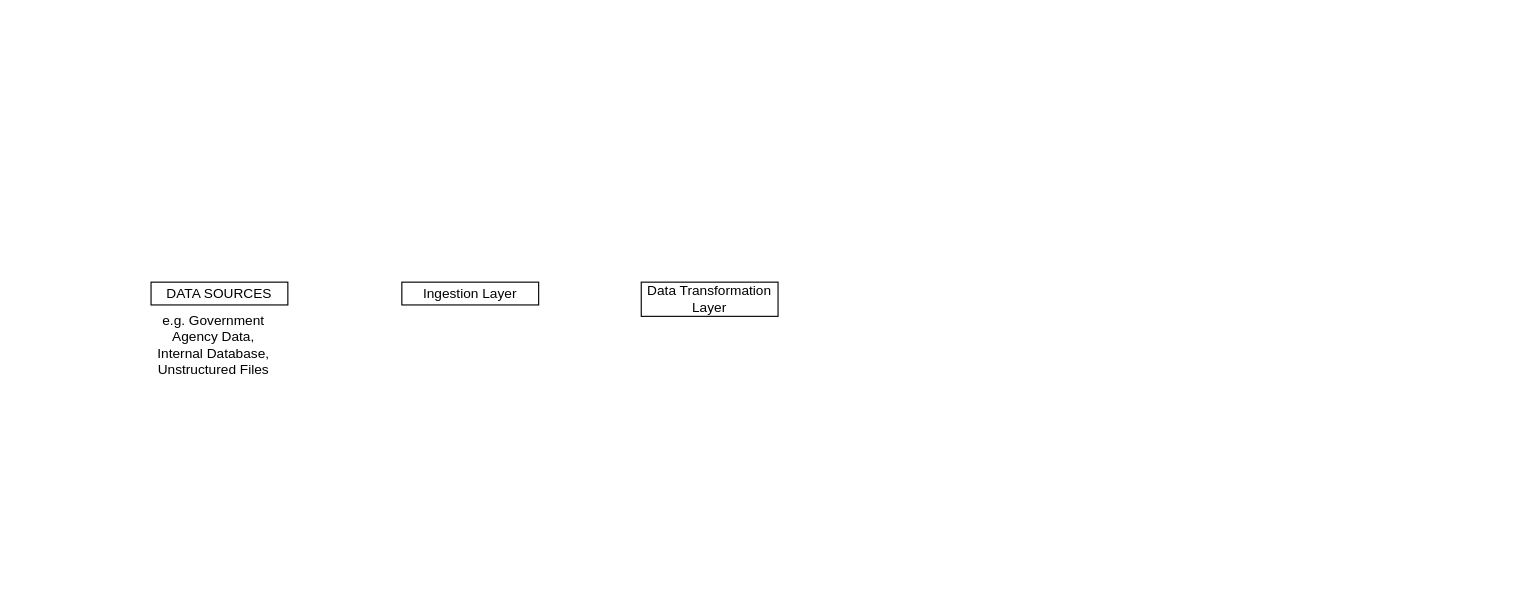
Above: architecture Section B Diagram.drawio in MwauraKai/WEEKLY-PROJECTS (draw.io), before the change. Source tidied: cells renumbered, new cells numbered last; positions are measured from the earlier drawing's top-left corner, leaving out a move shared by most shapes. Both pictures are drawn from the tidied source at 114%, with x=0, y=0 at pixel (150, 282).
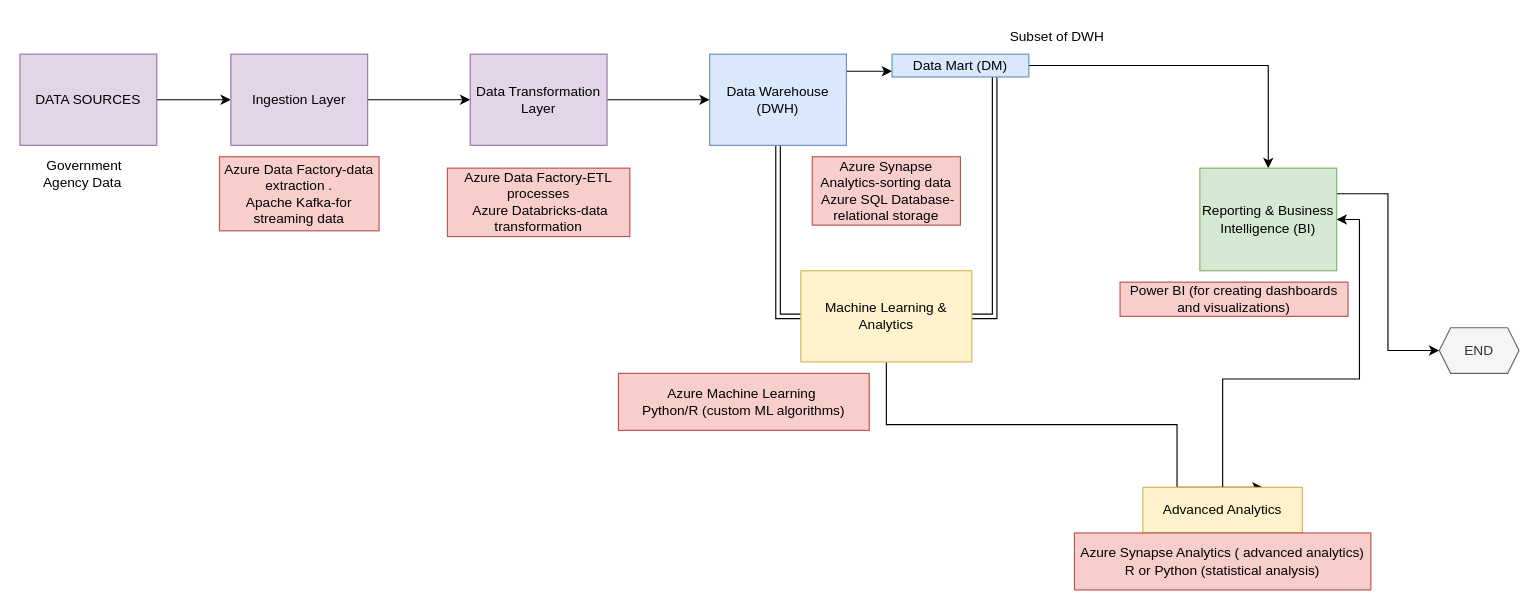
The same page after the edit.

Diff of the diagram source:
```diff
@@
+    <mxCell id="6" style="edgeStyle=orthogonalEdgeStyle;rounded=0;jettySize=auto;html=1;exitX=1;exitY=0.5;exitDx=0;exitDy=0;entryX=0;entryY=0.5;entryDx=0;entryDy=0;" parent="1" edge="1" source="2" target="4">
+      <mxGeometry relative="1" as="geometry" />
+    </mxCell>
-    <mxCell id="2" value="DATA SOURCES" style="rounded=0;whiteSpace=wrap;html=1;" parent="1" vertex="1">
-      <mxGeometry width="120" height="20" as="geometry" />
+    <mxCell id="2" value="DATA SOURCES" style="rounded=0;whiteSpace=wrap;html=1;fillColor=#e1d5e7;strokeColor=#9673a6;" parent="1" vertex="1">
+      <mxGeometry x="-115" y="-200" width="120" height="80" as="geometry" />
     </mxCell>
-    <mxCell id="3" value="e.g. Government Agency Data, Internal Database, Unstructured Files" style="text;html=1;align=center;verticalAlign=middle;whiteSpace=wrap;rounded=0;" parent="1" vertex="1">
-      <mxGeometry y="30" width="110" height="50" as="geometry" />
+    <mxCell id="3" value="&amp;nbsp;Government Agency Data" style="text;html=1;align=center;verticalAlign=middle;whiteSpace=wrap;rounded=0;" parent="1" vertex="1">
+      <mxGeometry x="-115" y="-110" width="110" height="30" as="geometry" />
     </mxCell>
+    <mxCell id="7" style="edgeStyle=orthogonalEdgeStyle;rounded=0;jettySize=auto;html=1;exitX=1;exitY=0.5;exitDx=0;exitDy=0;entryX=0;entryY=0.5;entryDx=0;entryDy=0;" parent="1" edge="1" source="4" target="5">
+      <mxGeometry relative="1" as="geometry" />
+    </mxCell>
-    <mxCell id="4" value="Ingestion Layer" style="rounded=0;whiteSpace=wrap;html=1;" parent="1" vertex="1">
-      <mxGeometry x="220" width="120" height="20" as="geometry" />
+    <mxCell id="4" value="Ingestion Layer" style="rounded=0;whiteSpace=wrap;html=1;fillColor=#e1d5e7;strokeColor=#9673a6;" parent="1" vertex="1">
+      <mxGeometry x="70" y="-200" width="120" height="80" as="geometry" />
     </mxCell>
+    <mxCell id="8" style="edgeStyle=orthogonalEdgeStyle;rounded=0;jettySize=auto;html=1;exitX=1;exitY=0.5;exitDx=0;exitDy=0;" parent="1" edge="1" source="5" target="12">
+      <mxGeometry relative="1" as="geometry" />
+    </mxCell>
-    <mxCell id="5" value="Data Transformation Layer" style="rounded=0;whiteSpace=wrap;html=1;" parent="1" vertex="1">
-      <mxGeometry x="430" width="120" height="30" as="geometry" />
+    <mxCell id="5" value="Data Transformation Layer" style="rounded=0;whiteSpace=wrap;html=1;fillColor=#e1d5e7;strokeColor=#9673a6;" parent="1" vertex="1">
+      <mxGeometry x="280" y="-200" width="120" height="80" as="geometry" />
     </mxCell>
+    <mxCell id="9" value="Azure Data Factory-ETL processes&lt;div&gt;&amp;nbsp;Azure Databricks-data transformation&lt;/div&gt;" style="text;html=1;align=center;verticalAlign=middle;whiteSpace=wrap;rounded=0;fillColor=#f8cecc;strokeColor=#b85450;" parent="1" vertex="1">
+      <mxGeometry x="260" y="-100" width="160" height="60" as="geometry" />
+    </mxCell>
+    <mxCell id="10" style="edgeStyle=orthogonalEdgeStyle;rounded=0;jettySize=auto;html=1;exitX=1;exitY=0.5;exitDx=0;exitDy=0;entryX=0;entryY=0.75;entryDx=0;entryDy=0;" parent="1" edge="1" source="12" target="16">
+      <mxGeometry relative="1" as="geometry">
+        <Array as="points">
+          <mxPoint x="610" y="-170" />
+          <mxPoint x="610" y="-170" />
+        </Array>
+      </mxGeometry>
+    </mxCell>
+    <mxCell id="11" style="edgeStyle=orthogonalEdgeStyle;rounded=0;jettySize=auto;html=1;exitX=0.5;exitY=1;exitDx=0;exitDy=0;entryX=0;entryY=0.5;entryDx=0;entryDy=0;shape=link;" parent="1" edge="1" source="12" target="22">
+      <mxGeometry relative="1" as="geometry" />
+    </mxCell>
+    <mxCell id="12" value="Data Warehouse (DWH)" style="rounded=0;whiteSpace=wrap;html=1;fillColor=#dae8fc;strokeColor=#6c8ebf;" parent="1" vertex="1">
+      <mxGeometry x="490" y="-200" width="120" height="80" as="geometry" />
+    </mxCell>
+    <mxCell id="13" value="Subset of&lt;span style=&quot;background-color: transparent; color: light-dark(rgb(0, 0, 0), rgb(255, 255, 255));&quot;&gt;&amp;nbsp;DWH&lt;/span&gt;" style="text;html=1;align=center;verticalAlign=middle;whiteSpace=wrap;rounded=0;" parent="1" vertex="1">
+      <mxGeometry x="740" y="-230" width="110" height="30" as="geometry" />
+    </mxCell>
+    <mxCell id="14" style="edgeStyle=orthogonalEdgeStyle;rounded=0;jettySize=auto;html=1;exitX=1;exitY=0.5;exitDx=0;exitDy=0;" parent="1" edge="1" source="16" target="18">
+      <mxGeometry relative="1" as="geometry" />
+    </mxCell>
+    <mxCell id="15" style="edgeStyle=orthogonalEdgeStyle;rounded=0;jettySize=auto;html=1;exitX=0.75;exitY=1;exitDx=0;exitDy=0;entryX=1;entryY=0.5;entryDx=0;entryDy=0;shape=link;" parent="1" edge="1" source="16" target="22">
+      <mxGeometry relative="1" as="geometry" />
+    </mxCell>
+    <mxCell id="16" value="Data Mart (DM)" style="rounded=0;whiteSpace=wrap;html=1;fillColor=#dae8fc;strokeColor=#6c8ebf;" parent="1" vertex="1">
+      <mxGeometry x="650" y="-200" width="120" height="20" as="geometry" />
+    </mxCell>
+    <mxCell id="17" style="edgeStyle=orthogonalEdgeStyle;rounded=0;jettySize=auto;html=1;exitX=1;exitY=0.25;exitDx=0;exitDy=0;entryX=0;entryY=0.5;entryDx=0;entryDy=0;" parent="1" edge="1" source="18" target="30">
+      <mxGeometry relative="1" as="geometry" />
+    </mxCell>
+    <mxCell id="18" value="Reporting &amp;amp; Business Intelligence (BI)" style="rounded=0;whiteSpace=wrap;html=1;fillColor=#d5e8d4;strokeColor=#82b366;" parent="1" vertex="1">
+      <mxGeometry x="920" y="-100" width="120" height="90" as="geometry" />
+    </mxCell>
+    <mxCell id="19" value="Power BI (for creating dashboards and visualizations)" style="text;html=1;align=center;verticalAlign=middle;whiteSpace=wrap;rounded=0;fillColor=#f8cecc;strokeColor=#b85450;" parent="1" vertex="1">
+      <mxGeometry x="850" width="200" height="30" as="geometry" />
+    </mxCell>
+    <mxCell id="20" style="edgeStyle=orthogonalEdgeStyle;rounded=0;orthogonalLoop=1;jettySize=auto;html=1;exitX=0.5;exitY=1;exitDx=0;exitDy=0;" parent="1" edge="1" source="16" target="16">
+      <mxGeometry relative="1" as="geometry" />
+    </mxCell>
+    <mxCell id="21" style="edgeStyle=orthogonalEdgeStyle;rounded=0;jettySize=auto;html=1;exitX=0.5;exitY=1;exitDx=0;exitDy=0;entryX=0.75;entryY=0;entryDx=0;entryDy=0;" parent="1" edge="1" source="22" target="25">
+      <mxGeometry relative="1" as="geometry">
+        <Array as="points">
+          <mxPoint x="645" y="125" />
+          <mxPoint x="900" y="125" />
+          <mxPoint x="900" y="180" />
+        </Array>
+      </mxGeometry>
+    </mxCell>
+    <mxCell id="22" value="Machine Learning &amp;amp; Analytics" style="rounded=0;whiteSpace=wrap;html=1;fillColor=#fff2cc;strokeColor=#d6b656;" parent="1" vertex="1">
+      <mxGeometry x="570" y="-10" width="150" height="80" as="geometry" />
+    </mxCell>
+    <mxCell id="23" value="&lt;div&gt;Azure Machine Learning&amp;nbsp;&lt;/div&gt;&lt;div&gt;Python/R (custom ML algorithms)&lt;/div&gt;" style="text;html=1;align=center;verticalAlign=middle;whiteSpace=wrap;rounded=0;fillColor=#f8cecc;strokeColor=#b85450;" parent="1" vertex="1">
+      <mxGeometry x="410" y="80" width="220" height="50" as="geometry" />
+    </mxCell>
+    <mxCell id="24" style="edgeStyle=orthogonalEdgeStyle;rounded=0;jettySize=auto;html=1;entryX=1;entryY=0.5;entryDx=0;entryDy=0;" parent="1" edge="1" source="25" target="18">
+      <mxGeometry relative="1" as="geometry" />
+    </mxCell>
+    <mxCell id="25" value="Advanced Analytics" style="rounded=0;whiteSpace=wrap;html=1;fillColor=#fff2cc;strokeColor=#d6b656;" parent="1" vertex="1">
+      <mxGeometry x="870" y="180" width="140" height="40" as="geometry" />
+    </mxCell>
+    <mxCell id="26" value="&lt;div&gt;Azure Synapse Analytics ( advanced analytics)&lt;/div&gt;&lt;div&gt;R or Python (statistical analysis)&lt;/div&gt;" style="text;html=1;align=center;verticalAlign=middle;whiteSpace=wrap;rounded=0;fillColor=#f8cecc;strokeColor=#b85450;" parent="1" vertex="1">
+      <mxGeometry x="810" y="220" width="260" height="50" as="geometry" />
+    </mxCell>
+    <mxCell id="27" value="Azure Data Factory-data extraction .&lt;div&gt;Apache Kafka-for streaming data&lt;/div&gt;" style="text;html=1;align=center;verticalAlign=middle;whiteSpace=wrap;rounded=0;fillColor=#f8cecc;strokeColor=#b85450;" parent="1" vertex="1">
+      <mxGeometry x="60" y="-110" width="140" height="65" as="geometry" />
+    </mxCell>
+    <mxCell id="28" value="Azure Synapse Analytics-sorting data&lt;div&gt;&amp;nbsp;Azure SQL Database-relational storage&lt;/div&gt;" style="text;html=1;align=center;verticalAlign=middle;whiteSpace=wrap;rounded=0;fillColor=#f8cecc;strokeColor=#b85450;" parent="1" vertex="1">
+      <mxGeometry x="580" y="-110" width="130" height="60" as="geometry" />
+    </mxCell>
+    <mxCell id="29" style="edgeStyle=orthogonalEdgeStyle;rounded=0;orthogonalLoop=1;jettySize=auto;html=1;exitX=0.5;exitY=1;exitDx=0;exitDy=0;" parent="1" edge="1" source="3" target="3">
+      <mxGeometry relative="1" as="geometry" />
+    </mxCell>
+    <mxCell id="30" value="END" style="shape=hexagon;perimeter=hexagonPerimeter2;whiteSpace=wrap;html=1;fixedSize=1;size=10;fillColor=#f5f5f5;fontColor=#333333;strokeColor=#666666;" parent="1" vertex="1">
+      <mxGeometry x="1130" y="40" width="70" height="40" as="geometry" />
+    </mxCell>
```
